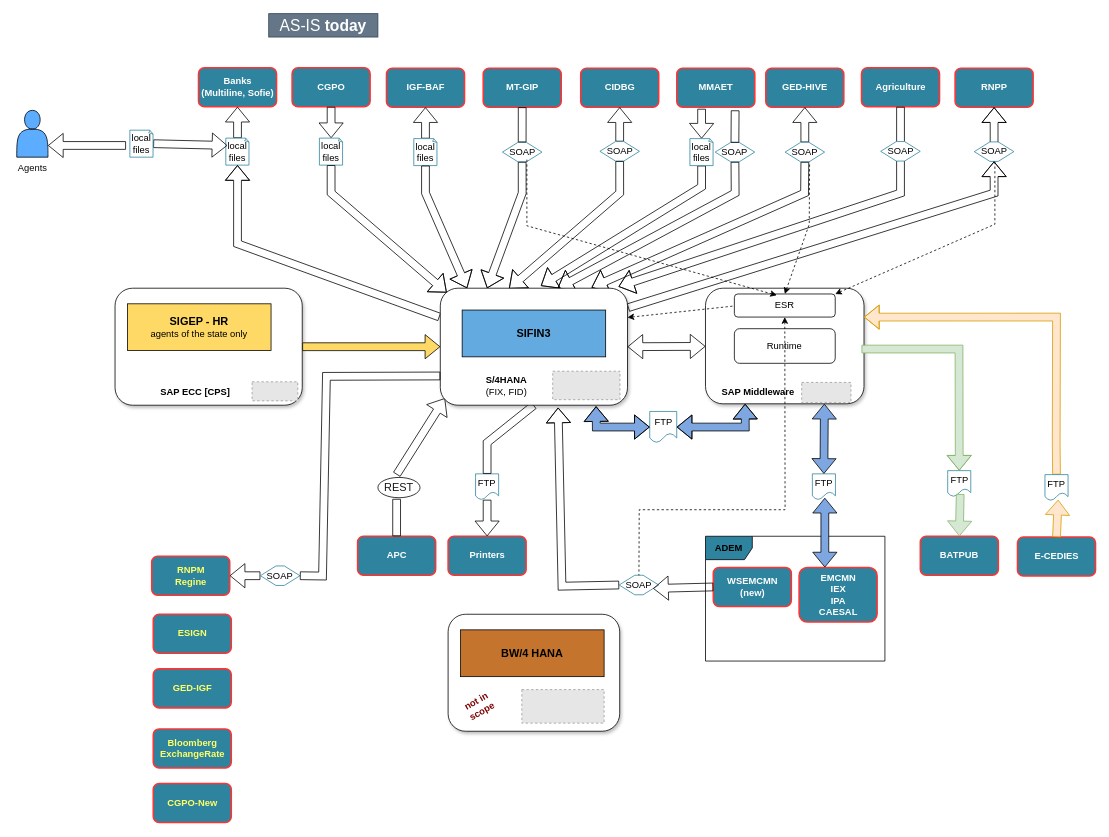
Above: page "ToBE-Detailed" (5 of 7) of my_diagram.drawio in efelman/my_diagrams (draw.io), before the change. Source tidied: cells renumbered, new cells numbered last; positions are measured from the earlier drawing's top-left corner, leaving out a move shared by most shapes. Both pictures are drawn from the tidied source at 78%, with x=0, y=0 at pixel (13, 13). Pictures stored in the file or linked from it are replaced by grey dashed boxes.
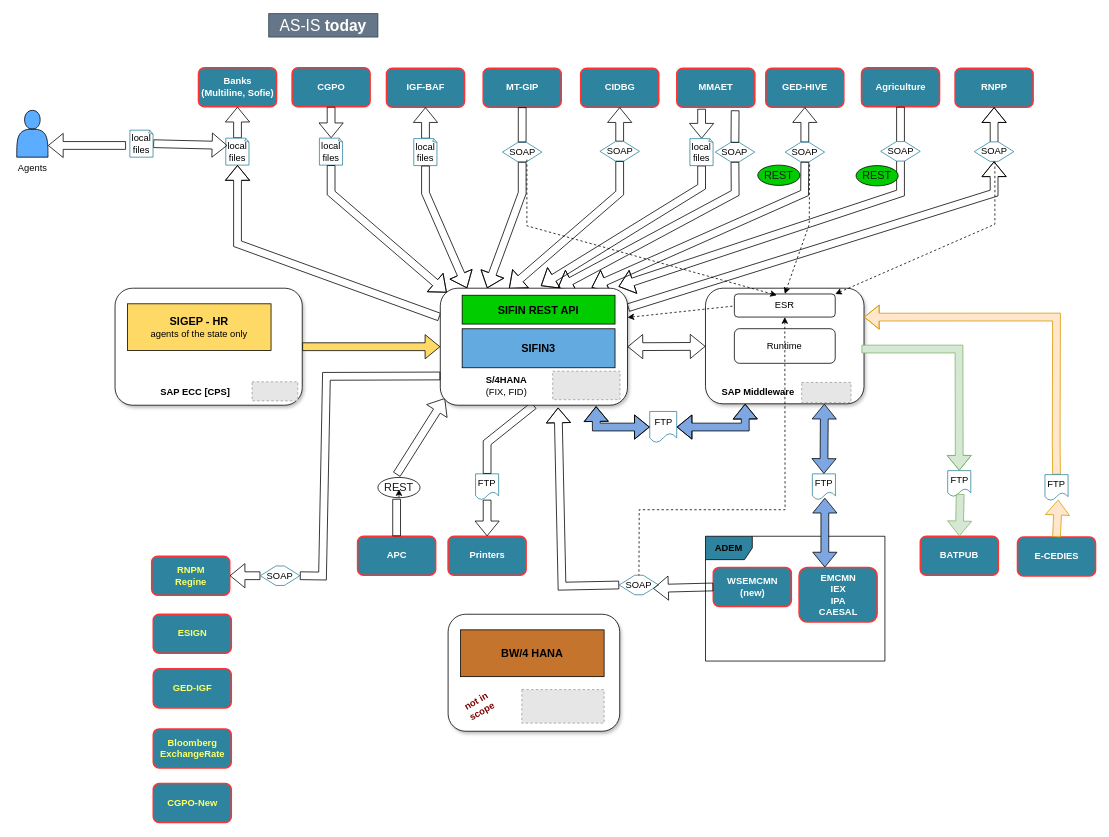
After the change.

Unchanged cells that the change refers to:
```xml
<mxCell id="85" value="REST" style="ellipse;whiteSpace=wrap;html=1;fontSize=14;fontColor=#191919;fillColor=none;gradientColor=none;" parent="1" vertex="1">
  <mxGeometry x="467" y="594.6" width="54" height="26" as="geometry" />
</mxCell>
<mxCell id="89" style="group;" parent="1" vertex="1">
  <mxGeometry x="547" y="352" width="240" height="150" as="geometry" />
</mxCell>
```

The edit, as a diff of the source:
```diff
@@
     <mxCell id="93" value="&lt;b&gt;&lt;font style=&quot;font-size: 14px&quot;&gt;SIFIN3&lt;/font&gt;&lt;/b&gt;" style="rounded=0;whiteSpace=wrap;html=1;fillColor=#63AAE0;" parent="89" vertex="1">
-      <mxGeometry x="28" y="28" width="184" height="60" as="geometry" />
+      <mxGeometry x="28" y="52" width="196" height="50" as="geometry" />
     </mxCell>
+    <mxCell id="111" value="&lt;b&gt;&lt;font style=&quot;font-size: 14px&quot;&gt;SIFIN REST API&lt;/font&gt;&lt;/b&gt;" style="rounded=0;whiteSpace=wrap;html=1;fillColor=#00CC00;" parent="89" vertex="1">
+      <mxGeometry x="28" y="9" width="196" height="37" as="geometry" />
+    </mxCell>
@@
+    <mxCell id="112" style="edgeStyle=orthogonalEdgeStyle;rounded=0;orthogonalLoop=1;jettySize=auto;html=1;exitX=0.5;exitY=1;exitDx=0;exitDy=0;entryX=0.5;entryY=0.578;entryDx=0;entryDy=0;entryPerimeter=0;fontSize=14;fontColor=#FFFF66;fillColor=none;" parent="1" edge="1" source="85" target="85">
+      <mxGeometry relative="1" as="geometry" />
+    </mxCell>
+    <mxCell id="113" value="REST" style="ellipse;whiteSpace=wrap;html=1;fontSize=14;fontColor=#191919;fillColor=#00CC00;gradientColor=none;" parent="1" vertex="1">
+      <mxGeometry x="1080" y="194.8" width="54" height="26" as="geometry" />
+    </mxCell>
+    <mxCell id="114" value="REST" style="ellipse;whiteSpace=wrap;html=1;fontSize=14;fontColor=#191919;fillColor=#00CC00;gradientColor=none;" parent="1" vertex="1">
+      <mxGeometry x="954" y="194.2" width="54" height="26" as="geometry" />
+    </mxCell>
```
